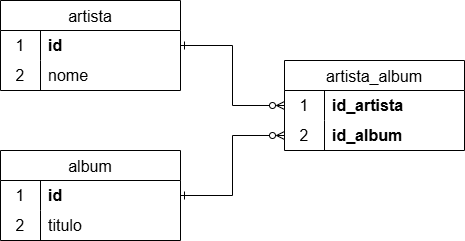
The draw.io diagram assets/DER.png in ibmoreno/ivanbatistamoreno206660, before a commit. Source tidied: cells renumbered, new cells last; positions are measured from the earlier drawing's top-left corner, leaving out a move shared by most shapes. Source of this version:
```xml
<mxGraphModel>
  <root>
    <mxCell id="0" />
    <mxCell id="1" parent="0" />
    <mxCell id="2" value="artista" style="shape=table;startSize=30;rowLines=0;fontStyle=0;strokeColor=default;fontSize=16;" parent="1" vertex="1">
      <mxGeometry width="180" height="90" as="geometry" />
    </mxCell>
    <mxCell id="3" style="shape=tableRow;horizontal=0;startSize=0;swimlaneHead=0;swimlaneBody=0;top=0;left=0;bottom=0;right=0;fillColor=none;points=[[0,0.5],[1,0.5]];portConstraint=eastwest;strokeColor=inherit;fontSize=16;" parent="2" vertex="1">
      <mxGeometry y="30" width="180" height="30" as="geometry" />
    </mxCell>
    <mxCell id="4" value="1" style="shape=partialRectangle;html=1;whiteSpace=wrap;fillColor=none;top=0;left=0;bottom=0;right=0;overflow=hidden;strokeColor=inherit;fontSize=16;" parent="3" vertex="1">
      <mxGeometry width="40" height="30" as="geometry" />
    </mxCell>
    <mxCell id="5" value="id" style="shape=partialRectangle;html=1;whiteSpace=wrap;fillColor=none;top=0;left=0;bottom=0;right=0;align=left;spacingLeft=6;overflow=hidden;strokeColor=inherit;fontSize=16;fontStyle=1;" parent="3" vertex="1">
      <mxGeometry x="40" width="140" height="30" as="geometry" />
    </mxCell>
    <mxCell id="6" style="shape=tableRow;horizontal=0;startSize=0;swimlaneHead=0;swimlaneBody=0;top=0;left=0;bottom=0;right=0;fillColor=none;strokeColor=inherit;fontSize=16;" parent="2" vertex="1">
      <mxGeometry y="60" width="180" height="30" as="geometry" />
    </mxCell>
    <mxCell id="7" value="2" style="shape=partialRectangle;html=1;whiteSpace=wrap;fillColor=none;top=0;left=0;bottom=0;right=0;overflow=hidden;strokeColor=inherit;fontSize=16;" parent="6" vertex="1">
      <mxGeometry width="40" height="30" as="geometry" />
    </mxCell>
    <mxCell id="8" value="nome" style="shape=partialRectangle;html=1;whiteSpace=wrap;fillColor=none;top=0;left=0;bottom=0;right=0;align=left;spacingLeft=6;overflow=hidden;strokeColor=inherit;fontSize=16;" parent="6" vertex="1">
      <mxGeometry x="40" width="140" height="30" as="geometry" />
    </mxCell>
    <mxCell id="9" value="album" style="shape=table;startSize=30;rowLines=0;fontStyle=0;strokeColor=default;fontSize=16;" parent="1" vertex="1">
      <mxGeometry y="150" width="180" height="90" as="geometry" />
    </mxCell>
    <mxCell id="10" style="shape=tableRow;horizontal=0;startSize=0;swimlaneHead=0;swimlaneBody=0;top=0;left=0;bottom=0;right=0;fillColor=none;points=[[0,0.5],[1,0.5]];portConstraint=eastwest;strokeColor=inherit;fontSize=16;" parent="9" vertex="1">
      <mxGeometry y="30" width="180" height="30" as="geometry" />
    </mxCell>
    <mxCell id="11" value="1" style="shape=partialRectangle;html=1;whiteSpace=wrap;fillColor=none;top=0;left=0;bottom=0;right=0;overflow=hidden;strokeColor=inherit;fontSize=16;" parent="10" vertex="1">
      <mxGeometry width="40" height="30" as="geometry" />
    </mxCell>
    <mxCell id="12" value="id" style="shape=partialRectangle;html=1;whiteSpace=wrap;fillColor=none;top=0;left=0;bottom=0;right=0;align=left;spacingLeft=6;overflow=hidden;strokeColor=inherit;fontSize=16;fontStyle=1;" parent="10" vertex="1">
      <mxGeometry x="40" width="140" height="30" as="geometry" />
    </mxCell>
    <mxCell id="13" style="shape=tableRow;horizontal=0;startSize=0;swimlaneHead=0;swimlaneBody=0;top=0;left=0;bottom=0;right=0;fillColor=none;strokeColor=inherit;fontSize=16;" parent="9" vertex="1">
      <mxGeometry y="60" width="180" height="30" as="geometry" />
    </mxCell>
    <mxCell id="14" value="2" style="shape=partialRectangle;html=1;whiteSpace=wrap;fillColor=none;top=0;left=0;bottom=0;right=0;overflow=hidden;strokeColor=inherit;fontSize=16;" parent="13" vertex="1">
      <mxGeometry width="40" height="30" as="geometry" />
    </mxCell>
    <mxCell id="15" value="titulo" style="shape=partialRectangle;html=1;whiteSpace=wrap;fillColor=none;top=0;left=0;bottom=0;right=0;align=left;spacingLeft=6;overflow=hidden;strokeColor=inherit;fontSize=16;" parent="13" vertex="1">
      <mxGeometry x="40" width="140" height="30" as="geometry" />
    </mxCell>
    <mxCell id="16" value="artista_album" style="shape=table;startSize=30;rowLines=0;fontStyle=0;strokeColor=default;fontSize=16;" parent="1" vertex="1">
      <mxGeometry x="284" y="60" width="180" height="90" as="geometry" />
    </mxCell>
    <mxCell id="17" style="shape=tableRow;horizontal=0;startSize=0;swimlaneHead=0;swimlaneBody=0;top=0;left=0;bottom=0;right=0;fillColor=none;strokeColor=inherit;fontSize=16;" parent="16" vertex="1">
      <mxGeometry y="30" width="180" height="30" as="geometry" />
    </mxCell>
    <mxCell id="18" value="1" style="shape=partialRectangle;html=1;whiteSpace=wrap;fillColor=none;top=0;left=0;bottom=0;right=0;overflow=hidden;strokeColor=inherit;fontSize=16;" parent="17" vertex="1">
      <mxGeometry width="40" height="30" as="geometry" />
    </mxCell>
    <mxCell id="19" value="id_artista" style="shape=partialRectangle;html=1;whiteSpace=wrap;fillColor=none;top=0;left=0;bottom=0;right=0;align=left;spacingLeft=6;overflow=hidden;strokeColor=inherit;fontSize=16;fontStyle=1;" parent="17" vertex="1">
      <mxGeometry x="40" width="140" height="30" as="geometry" />
    </mxCell>
    <mxCell id="20" style="shape=tableRow;horizontal=0;startSize=0;swimlaneHead=0;swimlaneBody=0;top=0;left=0;bottom=0;right=0;fillColor=none;points=[[0,0.5],[1,0.5]];portConstraint=eastwest;strokeColor=inherit;fontSize=16;" parent="16" vertex="1">
      <mxGeometry y="60" width="180" height="30" as="geometry" />
    </mxCell>
    <mxCell id="21" value="2" style="shape=partialRectangle;html=1;whiteSpace=wrap;fillColor=none;top=0;left=0;bottom=0;right=0;overflow=hidden;strokeColor=inherit;fontSize=16;" parent="20" vertex="1">
      <mxGeometry width="40" height="30" as="geometry" />
    </mxCell>
    <mxCell id="22" value="id_album" style="shape=partialRectangle;html=1;whiteSpace=wrap;fillColor=none;top=0;left=0;bottom=0;right=0;align=left;spacingLeft=6;overflow=hidden;strokeColor=inherit;fontSize=16;fontStyle=1;" parent="20" vertex="1">
      <mxGeometry x="40" width="140" height="30" as="geometry" />
    </mxCell>
    <mxCell id="23" style="edgeStyle=orthogonalEdgeStyle;rounded=0;jettySize=auto;html=1;entryX=0;entryY=0.5;entryDx=0;entryDy=0;endArrow=ERzeroToMany;endFill=0;startArrow=ERone;startFill=0;" parent="1" edge="1" source="3" target="16">
      <mxGeometry relative="1" as="geometry" />
    </mxCell>
    <mxCell id="24" style="edgeStyle=orthogonalEdgeStyle;rounded=0;jettySize=auto;html=1;entryX=0;entryY=0.5;entryDx=0;entryDy=0;endArrow=ERzeroToMany;endFill=0;startArrow=ERone;startFill=0;" parent="1" edge="1" source="10" target="20">
      <mxGeometry relative="1" as="geometry" />
    </mxCell>
  </root>
</mxGraphModel>
```
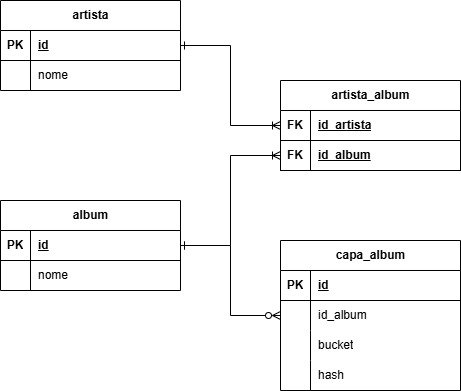
Above is the later version.

Commit message:
Atualização da Documentação e do Diagrama proposto.

What changed in the source:
```diff
@@ -2,74 +2,116 @@
   <root>
     <mxCell id="0" />
     <mxCell id="1" parent="0" />
-    <mxCell id="2" value="artista" style="shape=table;startSize=30;rowLines=0;fontStyle=0;strokeColor=default;fontSize=16;" parent="1" vertex="1">
-      <mxGeometry width="180" height="90" as="geometry" />
+    <mxCell id="2" value="artista" style="shape=table;startSize=30;rowLines=0;fontStyle=1;align=center;html=1;" parent="1" vertex="1">
+      <mxGeometry x="40" y="-40" width="180" height="90" as="geometry" />
     </mxCell>
-    <mxCell id="3" style="shape=tableRow;horizontal=0;startSize=0;swimlaneHead=0;swimlaneBody=0;top=0;left=0;bottom=0;right=0;fillColor=none;points=[[0,0.5],[1,0.5]];portConstraint=eastwest;strokeColor=inherit;fontSize=16;" parent="2" vertex="1">
-      <mxGeometry y="30" width="180" height="30" as="geometry" />
-    </mxCell>
-    <mxCell id="4" value="1" style="shape=partialRectangle;html=1;whiteSpace=wrap;fillColor=none;top=0;left=0;bottom=0;right=0;overflow=hidden;strokeColor=inherit;fontSize=16;" parent="3" vertex="1">
-      <mxGeometry width="40" height="30" as="geometry" />
-    </mxCell>
-    <mxCell id="5" value="id" style="shape=partialRectangle;html=1;whiteSpace=wrap;fillColor=none;top=0;left=0;bottom=0;right=0;align=left;spacingLeft=6;overflow=hidden;strokeColor=inherit;fontSize=16;fontStyle=1;" parent="3" vertex="1">
-      <mxGeometry x="40" width="140" height="30" as="geometry" />
-    </mxCell>
-    <mxCell id="6" style="shape=tableRow;horizontal=0;startSize=0;swimlaneHead=0;swimlaneBody=0;top=0;left=0;bottom=0;right=0;fillColor=none;strokeColor=inherit;fontSize=16;" parent="2" vertex="1">
-      <mxGeometry y="60" width="180" height="30" as="geometry" />
-    </mxCell>
-    <mxCell id="7" value="2" style="shape=partialRectangle;html=1;whiteSpace=wrap;fillColor=none;top=0;left=0;bottom=0;right=0;overflow=hidden;strokeColor=inherit;fontSize=16;" parent="6" vertex="1">
-      <mxGeometry width="40" height="30" as="geometry" />
-    </mxCell>
-    <mxCell id="8" value="nome" style="shape=partialRectangle;html=1;whiteSpace=wrap;fillColor=none;top=0;left=0;bottom=0;right=0;align=left;spacingLeft=6;overflow=hidden;strokeColor=inherit;fontSize=16;" parent="6" vertex="1">
-      <mxGeometry x="40" width="140" height="30" as="geometry" />
-    </mxCell>
+    <mxCell id="25" style="shape=tableRow;horizontal=0;startSize=0;swimlaneHead=0;swimlaneBody=0;fillColor=none;points=[[0,0.5],[1,0.5]];portConstraint=eastwest;top=0;left=0;right=0;bottom=1;" parent="2" vertex="1">
+      <mxGeometry y="30" width="180" height="30" as="geometry" />
+    </mxCell>
+    <mxCell id="26" value="PK" style="shape=partialRectangle;fillColor=none;top=0;left=0;bottom=0;right=0;fontStyle=1;overflow=hidden;whiteSpace=wrap;html=1;" parent="25" vertex="1">
+      <mxGeometry width="30" height="30" as="geometry" />
+    </mxCell>
+    <mxCell id="27" value="id" style="shape=partialRectangle;fillColor=none;top=0;left=0;bottom=0;right=0;align=left;spacingLeft=6;fontStyle=5;overflow=hidden;whiteSpace=wrap;html=1;" parent="25" vertex="1">
+      <mxGeometry x="30" width="150" height="30" as="geometry" />
+    </mxCell>
+    <mxCell id="28" style="shape=tableRow;horizontal=0;startSize=0;swimlaneHead=0;swimlaneBody=0;fillColor=none;top=0;left=0;right=0;bottom=0;" parent="2" vertex="1">
+      <mxGeometry y="60" width="180" height="30" as="geometry" />
+    </mxCell>
+    <mxCell id="29" style="shape=partialRectangle;fillColor=none;top=0;left=0;bottom=0;right=0;overflow=hidden;whiteSpace=wrap;html=1;" parent="28" vertex="1">
+      <mxGeometry width="30" height="30" as="geometry" />
+    </mxCell>
+    <mxCell id="30" value="nome" style="shape=partialRectangle;fillColor=none;top=0;left=0;bottom=0;right=0;align=left;spacingLeft=6;overflow=hidden;whiteSpace=wrap;html=1;" parent="28" vertex="1">
+      <mxGeometry x="30" width="150" height="30" as="geometry" />
+    </mxCell>
-    <mxCell id="9" value="album" style="shape=table;startSize=30;rowLines=0;fontStyle=0;strokeColor=default;fontSize=16;" parent="1" vertex="1">
-      <mxGeometry y="150" width="180" height="90" as="geometry" />
+    <mxCell id="9" value="album" style="shape=table;startSize=30;rowLines=0;fontStyle=1;align=center;html=1;" parent="1" vertex="1">
+      <mxGeometry x="40" y="160" width="180" height="90" as="geometry" />
     </mxCell>
-    <mxCell id="10" style="shape=tableRow;horizontal=0;startSize=0;swimlaneHead=0;swimlaneBody=0;top=0;left=0;bottom=0;right=0;fillColor=none;points=[[0,0.5],[1,0.5]];portConstraint=eastwest;strokeColor=inherit;fontSize=16;" parent="9" vertex="1">
-      <mxGeometry y="30" width="180" height="30" as="geometry" />
-    </mxCell>
-    <mxCell id="11" value="1" style="shape=partialRectangle;html=1;whiteSpace=wrap;fillColor=none;top=0;left=0;bottom=0;right=0;overflow=hidden;strokeColor=inherit;fontSize=16;" parent="10" vertex="1">
-      <mxGeometry width="40" height="30" as="geometry" />
-    </mxCell>
-    <mxCell id="12" value="id" style="shape=partialRectangle;html=1;whiteSpace=wrap;fillColor=none;top=0;left=0;bottom=0;right=0;align=left;spacingLeft=6;overflow=hidden;strokeColor=inherit;fontSize=16;fontStyle=1;" parent="10" vertex="1">
-      <mxGeometry x="40" width="140" height="30" as="geometry" />
-    </mxCell>
-    <mxCell id="13" style="shape=tableRow;horizontal=0;startSize=0;swimlaneHead=0;swimlaneBody=0;top=0;left=0;bottom=0;right=0;fillColor=none;strokeColor=inherit;fontSize=16;" parent="9" vertex="1">
-      <mxGeometry y="60" width="180" height="30" as="geometry" />
-    </mxCell>
-    <mxCell id="14" value="2" style="shape=partialRectangle;html=1;whiteSpace=wrap;fillColor=none;top=0;left=0;bottom=0;right=0;overflow=hidden;strokeColor=inherit;fontSize=16;" parent="13" vertex="1">
-      <mxGeometry width="40" height="30" as="geometry" />
-    </mxCell>
-    <mxCell id="15" value="titulo" style="shape=partialRectangle;html=1;whiteSpace=wrap;fillColor=none;top=0;left=0;bottom=0;right=0;align=left;spacingLeft=6;overflow=hidden;strokeColor=inherit;fontSize=16;" parent="13" vertex="1">
-      <mxGeometry x="40" width="140" height="30" as="geometry" />
-    </mxCell>
+    <mxCell id="31" style="shape=tableRow;horizontal=0;startSize=0;swimlaneHead=0;swimlaneBody=0;fillColor=none;points=[[0,0.5],[1,0.5]];portConstraint=eastwest;top=0;left=0;right=0;bottom=1;" parent="9" vertex="1">
+      <mxGeometry y="30" width="180" height="30" as="geometry" />
+    </mxCell>
+    <mxCell id="32" value="PK" style="shape=partialRectangle;fillColor=none;top=0;left=0;bottom=0;right=0;fontStyle=1;overflow=hidden;whiteSpace=wrap;html=1;" parent="31" vertex="1">
+      <mxGeometry width="30" height="30" as="geometry" />
+    </mxCell>
+    <mxCell id="33" value="id" style="shape=partialRectangle;fillColor=none;top=0;left=0;bottom=0;right=0;align=left;spacingLeft=6;fontStyle=5;overflow=hidden;whiteSpace=wrap;html=1;" parent="31" vertex="1">
+      <mxGeometry x="30" width="150" height="30" as="geometry" />
+    </mxCell>
+    <mxCell id="34" style="shape=tableRow;horizontal=0;startSize=0;swimlaneHead=0;swimlaneBody=0;fillColor=none;top=0;left=0;right=0;bottom=0;" parent="9" vertex="1">
+      <mxGeometry y="60" width="180" height="30" as="geometry" />
+    </mxCell>
+    <mxCell id="35" style="shape=partialRectangle;fillColor=none;top=0;left=0;bottom=0;right=0;overflow=hidden;whiteSpace=wrap;html=1;" parent="34" vertex="1">
+      <mxGeometry width="30" height="30" as="geometry" />
+    </mxCell>
+    <mxCell id="36" value="nome" style="shape=partialRectangle;fillColor=none;top=0;left=0;bottom=0;right=0;align=left;spacingLeft=6;overflow=hidden;whiteSpace=wrap;html=1;" parent="34" vertex="1">
+      <mxGeometry x="30" width="150" height="30" as="geometry" />
+    </mxCell>
+    <mxCell id="37" value="capa_album" style="shape=table;startSize=30;rowLines=0;fontStyle=1;align=center;html=1;" parent="1" vertex="1">
+      <mxGeometry x="320" y="200" width="180" height="150" as="geometry" />
+    </mxCell>
+    <mxCell id="38" style="shape=tableRow;horizontal=0;startSize=0;swimlaneHead=0;swimlaneBody=0;fillColor=none;top=0;left=0;right=0;bottom=1;" parent="37" vertex="1">
+      <mxGeometry y="30" width="180" height="30" as="geometry" />
+    </mxCell>
+    <mxCell id="39" value="PK" style="shape=partialRectangle;fillColor=none;top=0;left=0;bottom=0;right=0;fontStyle=1;overflow=hidden;whiteSpace=wrap;html=1;" parent="38" vertex="1">
+      <mxGeometry width="30" height="30" as="geometry" />
+    </mxCell>
+    <mxCell id="40" value="id" style="shape=partialRectangle;fillColor=none;top=0;left=0;bottom=0;right=0;align=left;spacingLeft=6;fontStyle=5;overflow=hidden;whiteSpace=wrap;html=1;" parent="38" vertex="1">
+      <mxGeometry x="30" width="150" height="30" as="geometry" />
+    </mxCell>
+    <mxCell id="41" style="shape=tableRow;horizontal=0;startSize=0;swimlaneHead=0;swimlaneBody=0;fillColor=none;points=[[0,0.5],[1,0.5]];portConstraint=eastwest;top=0;left=0;right=0;bottom=0;" parent="37" vertex="1">
+      <mxGeometry y="60" width="180" height="30" as="geometry" />
+    </mxCell>
+    <mxCell id="42" style="shape=partialRectangle;fillColor=none;top=0;left=0;bottom=0;right=0;overflow=hidden;whiteSpace=wrap;html=1;" parent="41" vertex="1">
+      <mxGeometry width="30" height="30" as="geometry" />
+    </mxCell>
+    <mxCell id="43" value="id_album" style="shape=partialRectangle;fillColor=none;top=0;left=0;bottom=0;right=0;align=left;spacingLeft=6;overflow=hidden;whiteSpace=wrap;html=1;" parent="41" vertex="1">
+      <mxGeometry x="30" width="150" height="30" as="geometry" />
+    </mxCell>
+    <mxCell id="44" style="shape=tableRow;horizontal=0;startSize=0;swimlaneHead=0;swimlaneBody=0;fillColor=none;top=0;left=0;right=0;bottom=0;" parent="37" vertex="1">
+      <mxGeometry y="90" width="180" height="30" as="geometry" />
+    </mxCell>
+    <mxCell id="45" style="shape=partialRectangle;fillColor=none;top=0;left=0;bottom=0;right=0;overflow=hidden;whiteSpace=wrap;html=1;" parent="44" vertex="1">
+      <mxGeometry width="30" height="30" as="geometry" />
+    </mxCell>
+    <mxCell id="46" value="bucket" style="shape=partialRectangle;fillColor=none;top=0;left=0;bottom=0;right=0;align=left;spacingLeft=6;overflow=hidden;whiteSpace=wrap;html=1;" parent="44" vertex="1">
+      <mxGeometry x="30" width="150" height="30" as="geometry" />
+    </mxCell>
+    <mxCell id="47" style="shape=tableRow;horizontal=0;startSize=0;swimlaneHead=0;swimlaneBody=0;fillColor=none;top=0;left=0;right=0;bottom=0;" parent="37" vertex="1">
+      <mxGeometry y="120" width="180" height="30" as="geometry" />
+    </mxCell>
+    <mxCell id="48" style="shape=partialRectangle;fillColor=none;top=0;left=0;bottom=0;right=0;overflow=hidden;whiteSpace=wrap;html=1;" parent="47" vertex="1">
+      <mxGeometry width="30" height="30" as="geometry" />
+    </mxCell>
+    <mxCell id="49" value="hash" style="shape=partialRectangle;fillColor=none;top=0;left=0;bottom=0;right=0;align=left;spacingLeft=6;overflow=hidden;whiteSpace=wrap;html=1;" parent="47" vertex="1">
+      <mxGeometry x="30" width="150" height="30" as="geometry" />
+    </mxCell>
-    <mxCell id="16" value="artista_album" style="shape=table;startSize=30;rowLines=0;fontStyle=0;strokeColor=default;fontSize=16;" parent="1" vertex="1">
-      <mxGeometry x="284" y="60" width="180" height="90" as="geometry" />
+    <mxCell id="16" value="artista_album" style="shape=table;startSize=30;rowLines=0;fontStyle=1;align=center;html=1;" parent="1" vertex="1">
+      <mxGeometry x="320" y="40" width="180" height="90" as="geometry" />
     </mxCell>
-    <mxCell id="17" style="shape=tableRow;horizontal=0;startSize=0;swimlaneHead=0;swimlaneBody=0;top=0;left=0;bottom=0;right=0;fillColor=none;strokeColor=inherit;fontSize=16;" parent="16" vertex="1">
-      <mxGeometry y="30" width="180" height="30" as="geometry" />
-    </mxCell>
-    <mxCell id="18" value="1" style="shape=partialRectangle;html=1;whiteSpace=wrap;fillColor=none;top=0;left=0;bottom=0;right=0;overflow=hidden;strokeColor=inherit;fontSize=16;" parent="17" vertex="1">
-      <mxGeometry width="40" height="30" as="geometry" />
-    </mxCell>
+    <mxCell id="50" style="shape=tableRow;horizontal=0;startSize=0;swimlaneHead=0;swimlaneBody=0;fillColor=none;points=[[0,0.5],[1,0.5]];portConstraint=eastwest;top=0;left=0;right=0;bottom=1;" parent="16" vertex="1">
+      <mxGeometry y="30" width="180" height="30" as="geometry" />
+    </mxCell>
+    <mxCell id="51" value="FK" style="shape=partialRectangle;fillColor=none;top=0;left=0;bottom=0;right=0;fontStyle=1;overflow=hidden;whiteSpace=wrap;html=1;" parent="50" vertex="1">
+      <mxGeometry width="30" height="30" as="geometry" />
+    </mxCell>
-    <mxCell id="19" value="id_artista" style="shape=partialRectangle;html=1;whiteSpace=wrap;fillColor=none;top=0;left=0;bottom=0;right=0;align=left;spacingLeft=6;overflow=hidden;strokeColor=inherit;fontSize=16;fontStyle=1;" parent="17" vertex="1">
-      <mxGeometry x="40" width="140" height="30" as="geometry" />
+    <mxCell id="19" value="id_artista" style="shape=partialRectangle;fillColor=none;top=0;left=0;bottom=0;right=0;align=left;spacingLeft=6;fontStyle=5;overflow=hidden;whiteSpace=wrap;html=1;" parent="50" vertex="1">
+      <mxGeometry x="30" width="150" height="30" as="geometry" />
     </mxCell>
-    <mxCell id="20" style="shape=tableRow;horizontal=0;startSize=0;swimlaneHead=0;swimlaneBody=0;top=0;left=0;bottom=0;right=0;fillColor=none;points=[[0,0.5],[1,0.5]];portConstraint=eastwest;strokeColor=inherit;fontSize=16;" parent="16" vertex="1">
-      <mxGeometry y="60" width="180" height="30" as="geometry" />
-    </mxCell>
-    <mxCell id="21" value="2" style="shape=partialRectangle;html=1;whiteSpace=wrap;fillColor=none;top=0;left=0;bottom=0;right=0;overflow=hidden;strokeColor=inherit;fontSize=16;" parent="20" vertex="1">
-      <mxGeometry width="40" height="30" as="geometry" />
-    </mxCell>
-    <mxCell id="22" value="id_album" style="shape=partialRectangle;html=1;whiteSpace=wrap;fillColor=none;top=0;left=0;bottom=0;right=0;align=left;spacingLeft=6;overflow=hidden;strokeColor=inherit;fontSize=16;fontStyle=1;" parent="20" vertex="1">
-      <mxGeometry x="40" width="140" height="30" as="geometry" />
-    </mxCell>
-    <mxCell id="23" style="edgeStyle=orthogonalEdgeStyle;rounded=0;jettySize=auto;html=1;entryX=0;entryY=0.5;entryDx=0;entryDy=0;endArrow=ERzeroToMany;endFill=0;startArrow=ERone;startFill=0;" parent="1" edge="1" source="3" target="16">
-      <mxGeometry relative="1" as="geometry" />
-    </mxCell>
-    <mxCell id="24" style="edgeStyle=orthogonalEdgeStyle;rounded=0;jettySize=auto;html=1;entryX=0;entryY=0.5;entryDx=0;entryDy=0;endArrow=ERzeroToMany;endFill=0;startArrow=ERone;startFill=0;" parent="1" edge="1" source="10" target="20">
-      <mxGeometry relative="1" as="geometry" />
-    </mxCell>
+    <mxCell id="52" style="shape=tableRow;horizontal=0;startSize=0;swimlaneHead=0;swimlaneBody=0;fillColor=none;points=[[0,0.5],[1,0.5]];portConstraint=eastwest;top=0;left=0;right=0;bottom=1;" parent="16" vertex="1">
+      <mxGeometry y="60" width="180" height="30" as="geometry" />
+    </mxCell>
+    <mxCell id="53" value="FK" style="shape=partialRectangle;fillColor=none;top=0;left=0;bottom=0;right=0;fontStyle=1;overflow=hidden;whiteSpace=wrap;html=1;" parent="52" vertex="1">
+      <mxGeometry width="30" height="30" as="geometry" />
+    </mxCell>
+    <mxCell id="54" value="id_album" style="shape=partialRectangle;fillColor=none;top=0;left=0;bottom=0;right=0;align=left;spacingLeft=6;fontStyle=5;overflow=hidden;whiteSpace=wrap;html=1;" parent="52" vertex="1">
+      <mxGeometry x="30" width="150" height="30" as="geometry" />
+    </mxCell>
+    <mxCell id="55" style="edgeStyle=orthogonalEdgeStyle;rounded=0;jettySize=auto;html=1;entryX=0;entryY=0.5;entryDx=0;entryDy=0;endArrow=ERoneToMany;endFill=0;startArrow=ERone;startFill=0;" parent="1" edge="1" source="25" target="50">
+      <mxGeometry relative="1" as="geometry" />
+    </mxCell>
+    <mxCell id="56" style="edgeStyle=orthogonalEdgeStyle;rounded=0;jettySize=auto;html=1;entryX=0;entryY=0.5;entryDx=0;entryDy=0;endArrow=ERoneToMany;endFill=0;startArrow=ERone;startFill=0;" parent="1" edge="1" source="31" target="52">
+      <mxGeometry relative="1" as="geometry" />
+    </mxCell>
+    <mxCell id="57" style="edgeStyle=orthogonalEdgeStyle;rounded=0;jettySize=auto;html=1;entryX=0;entryY=0.5;entryDx=0;entryDy=0;startArrow=ERone;startFill=0;endArrow=ERzeroToMany;endFill=0;" parent="1" edge="1" source="31" target="41">
+      <mxGeometry relative="1" as="geometry" />
+    </mxCell>
   </root>
 </mxGraphModel>
```
